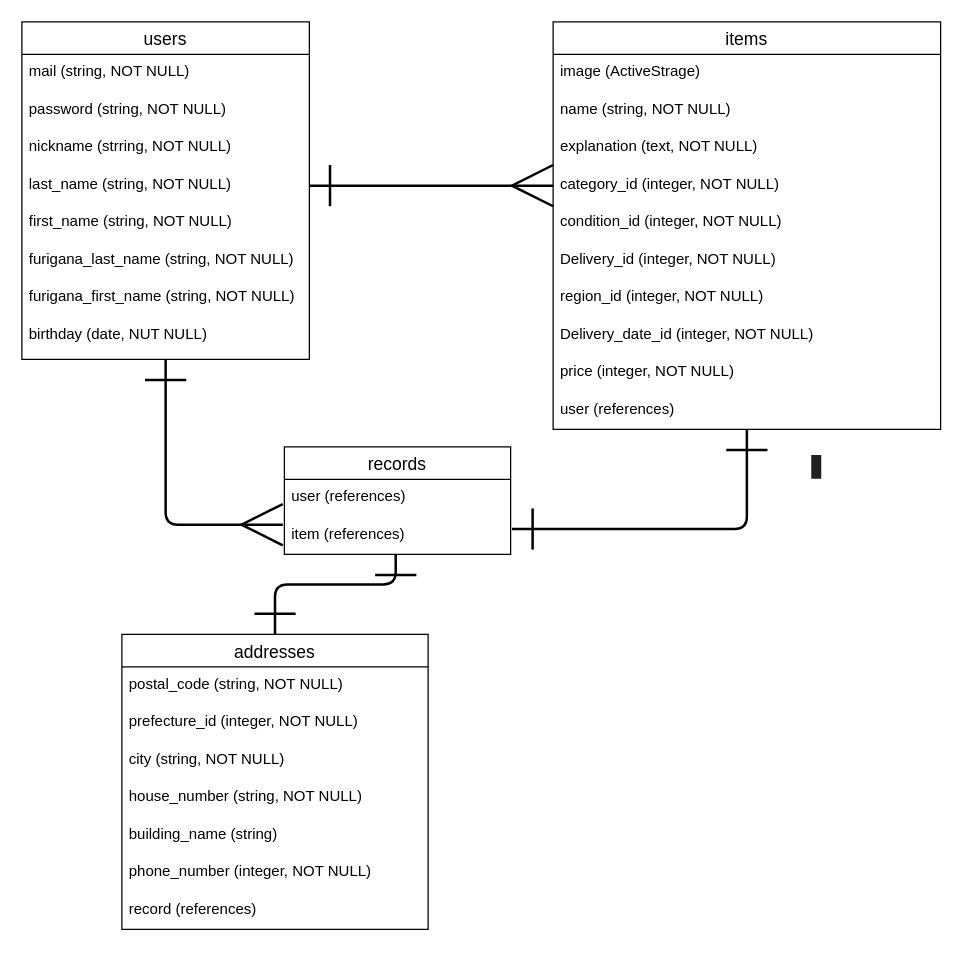
Above: ER.dio in TetoraAO/furima-39584 (draw.io), before the change. Source tidied: cells renumbered, new cells numbered last; positions are measured from the earlier drawing's top-left corner, leaving out a move shared by most shapes. Both pictures are drawn from the tidied source at 125%, with x=0, y=0 at pixel (21, 21).
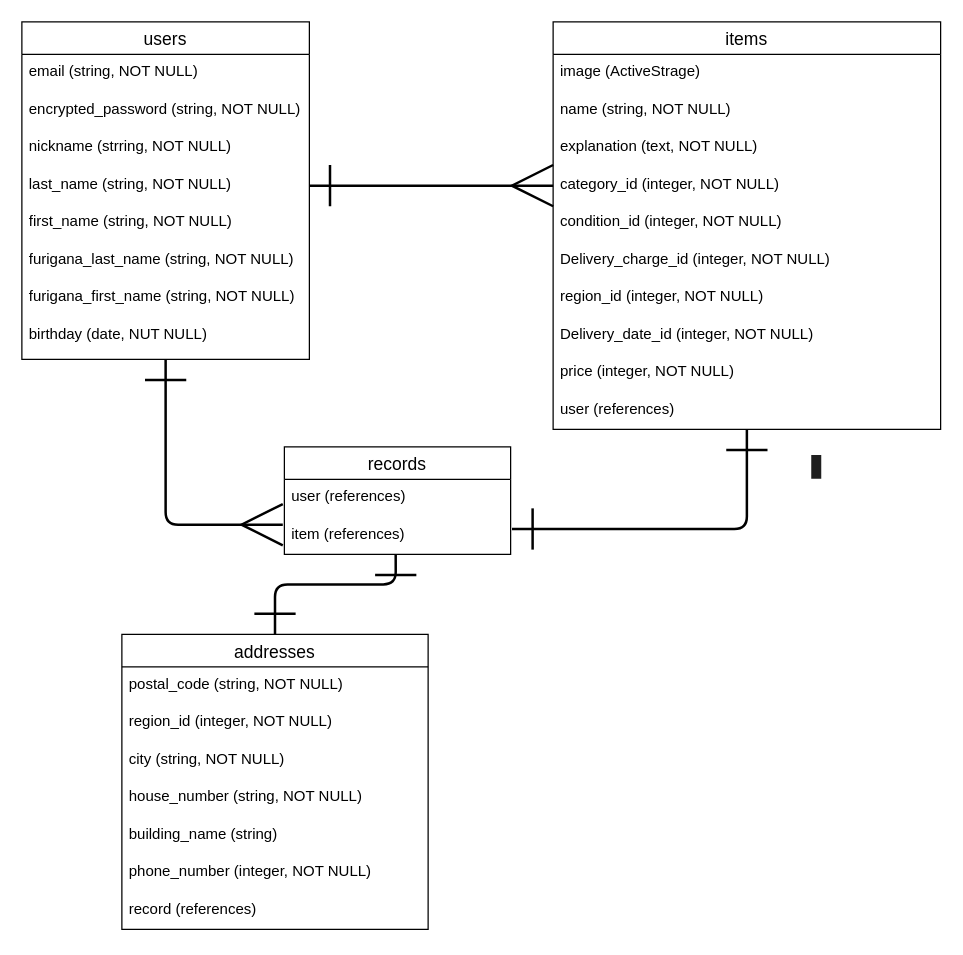
Above is the later version.

Commit message (it also covers changes not shown here):
データベース設計（修正①）

The change refers to these unchanged cells:
```xml
<mxCell id="3" value="users" style="swimlane;fontStyle=0;horizontal=1;startSize=26;align=center;fontSize=14;fillColor=none;" parent="1" vertex="1">
  <mxGeometry width="230" height="270" as="geometry" />
</mxCell>
<mxCell id="13" value="items" style="swimlane;fontStyle=0;horizontal=1;startSize=26;align=center;fontSize=14;fillColor=none;" parent="1" vertex="1">
  <mxGeometry x="425" width="310" height="326" as="geometry" />
</mxCell>
<mxCell id="28" value="addresses" style="swimlane;fontStyle=0;horizontal=1;startSize=26;align=center;fontSize=14;fillColor=none;" parent="1" vertex="1">
  <mxGeometry x="80" y="490" width="245" height="236" as="geometry" />
</mxCell>
```

Change to the diagram source:
```diff
@@
-    <mxCell id="4" value="mail (string, NOT NULL)" style="text;strokeColor=none;fillColor=none;spacingLeft=4;spacingRight=4;overflow=hidden;fontSize=12;" parent="3" vertex="1">
+    <mxCell id="4" value="email (string, NOT NULL)" style="text;strokeColor=none;fillColor=none;spacingLeft=4;spacingRight=4;overflow=hidden;fontSize=12;" parent="3" vertex="1">
       <mxGeometry y="26" width="230" height="30" as="geometry" />
     </mxCell>
-    <mxCell id="5" value="password (string, NOT NULL)" style="text;strokeColor=none;fillColor=none;spacingLeft=4;spacingRight=4;overflow=hidden;fontSize=12;" parent="3" vertex="1">
+    <mxCell id="5" value="encrypted_password (string, NOT NULL)" style="text;strokeColor=none;fillColor=none;spacingLeft=4;spacingRight=4;overflow=hidden;fontSize=12;" parent="3" vertex="1">
       <mxGeometry y="56" width="230" height="30" as="geometry" />
     </mxCell>
@@
-    <mxCell id="19" value="Delivery_id (integer, NOT NULL)" style="text;strokeColor=none;fillColor=none;spacingLeft=4;spacingRight=4;overflow=hidden;fontSize=12;" parent="13" vertex="1">
+    <mxCell id="19" value="Delivery_charge_id (integer, NOT NULL)" style="text;strokeColor=none;fillColor=none;spacingLeft=4;spacingRight=4;overflow=hidden;fontSize=12;" parent="13" vertex="1">
       <mxGeometry y="176" width="310" height="30" as="geometry" />
     </mxCell>
@@
-    <mxCell id="30" value="prefecture_id (integer, NOT NULL)" style="text;strokeColor=none;fillColor=none;spacingLeft=4;spacingRight=4;overflow=hidden;fontSize=12;" parent="28" vertex="1">
+    <mxCell id="30" value="region_id (integer, NOT NULL)" style="text;strokeColor=none;fillColor=none;spacingLeft=4;spacingRight=4;overflow=hidden;fontSize=12;" parent="28" vertex="1">
       <mxGeometry y="56" width="245" height="30" as="geometry" />
     </mxCell>
```
